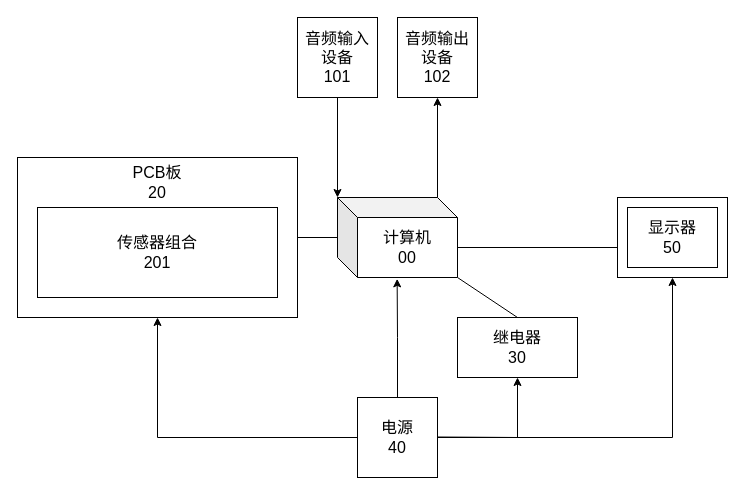
This is componet.drawio from catchFishCat/Morse-code-patent, a draw.io file, before an edit. Source tidied: cells renumbered, new cells numbered last; positions are measured from the earlier drawing's top-left corner, leaving out a move shared by most shapes. Both pictures are drawn from the tidied source at 100%, with x=0, y=0 at pixel (17, 17).
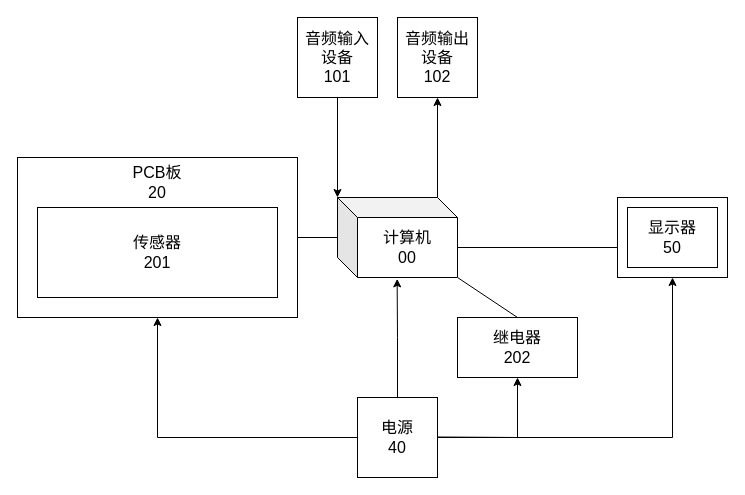
The same diagram, later.

What changed in the source:
```diff
@@
-    <mxCell id="10" value="传感器组合&lt;br&gt;201" style="rounded=0;whiteSpace=wrap;html=1;labelBorderColor=none;fontSize=16;strokeWidth=1;" parent="1" vertex="1">
+    <mxCell id="10" value="传感器&lt;br&gt;201" style="rounded=0;whiteSpace=wrap;html=1;labelBorderColor=none;fontSize=16;strokeWidth=1;" parent="1" vertex="1">
       <mxGeometry x="20" y="190" width="240" height="90" as="geometry" />
     </mxCell>
@@
-    <mxCell id="15" value="继电器&lt;br&gt;30" style="rounded=0;whiteSpace=wrap;html=1;labelBorderColor=none;fontSize=16;strokeWidth=1;" parent="1" vertex="1">
+    <mxCell id="15" value="继电器&lt;br&gt;202" style="rounded=0;whiteSpace=wrap;html=1;labelBorderColor=none;fontSize=16;strokeWidth=1;" parent="1" vertex="1">
       <mxGeometry x="440" y="300" width="120" height="60" as="geometry" />
     </mxCell>
```
